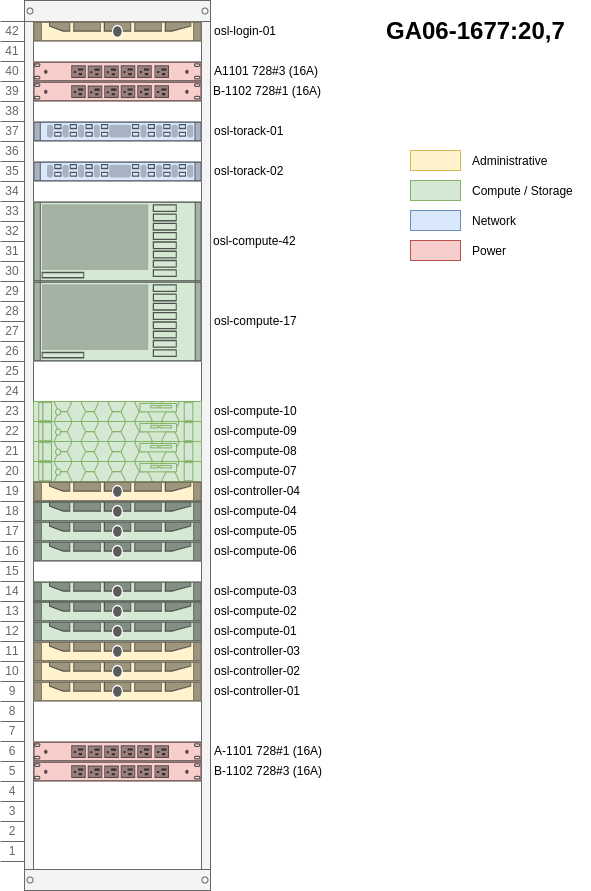
Before: docs/team/development/images/osl-rack-1.png, a diagram exported from draw.io (norcams/iaas). Source tidied: cells renumbered, new cells last; positions are measured from the earlier drawing's top-left corner, leaving out a move shared by most shapes.
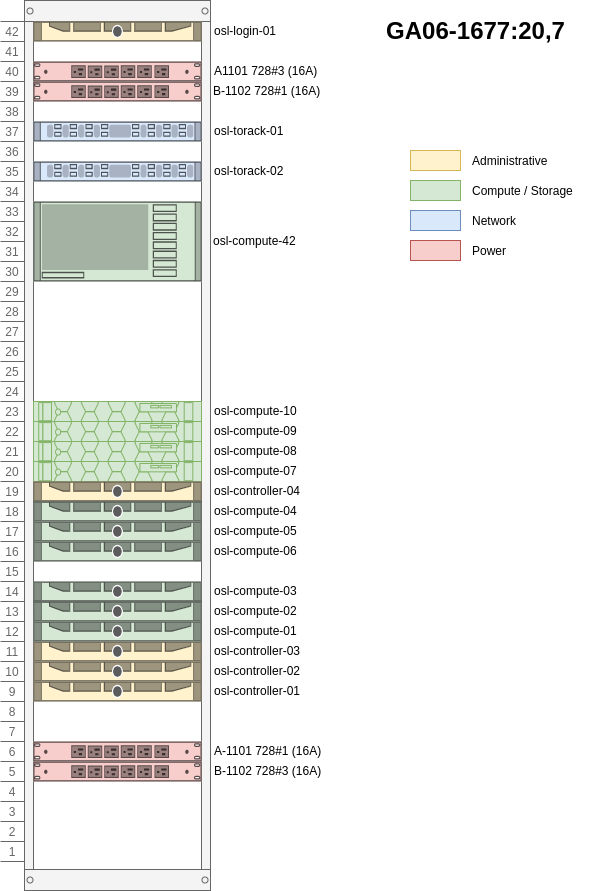
After the commit.

Commit message:
vekk med osl-compute-17

What changed in the source:
```diff
@@ -71,9 +71,6 @@
     <mxCell id="24" style="strokeColor=#82b366;html=1;labelPosition=right;align=left;spacingLeft=15;shadow=0;dashed=0;shape=mxgraph.rack.dell.poweredge_r640;labelBackgroundColor=#DDFF00;fillColor=#d5e8d4;" parent="2" vertex="1">
       <mxGeometry x="33" y="441" width="168" height="20" as="geometry" />
     </mxCell>
-    <mxCell id="25" style="shape=mxgraph.rack.ibm.ibm_x3850_x5;html=1;labelPosition=right;align=left;spacingLeft=15;dashed=0;shadow=0;fillColor=#d5e8d4;labelBackgroundColor=#DDFF00;strokeColor=#82b366;" parent="2" vertex="1">
-      <mxGeometry x="33" y="281" width="168" height="80" as="geometry" />
-    </mxCell>
     <mxCell id="26" value="osl-compute-01" style="text;html=1;strokeColor=none;fillColor=none;align=left;verticalAlign=middle;whiteSpace=wrap;rounded=0;labelBackgroundColor=#ffffff;" parent="1" vertex="1">
       <mxGeometry x="212" y="620" width="100" height="20" as="geometry" />
     </mxCell>
@@ -128,9 +125,6 @@
     <mxCell id="43" value="osl-compute-08" style="text;html=1;strokeColor=none;fillColor=none;align=left;verticalAlign=middle;whiteSpace=wrap;rounded=0;labelBackgroundColor=#ffffff;" parent="1" vertex="1">
       <mxGeometry x="212" y="440" width="100" height="20" as="geometry" />
     </mxCell>
-    <mxCell id="44" value="osl-compute-17" style="text;html=1;strokeColor=none;fillColor=none;align=left;verticalAlign=middle;whiteSpace=wrap;rounded=0;labelBackgroundColor=#ffffff;" parent="1" vertex="1">
-      <mxGeometry x="212" y="310" width="100" height="20" as="geometry" />
-    </mxCell>
     <mxCell id="45" value="osl-compute-42" style="text;html=1;strokeColor=none;fillColor=none;align=left;verticalAlign=middle;whiteSpace=wrap;rounded=0;labelBackgroundColor=#ffffff;" parent="1" vertex="1">
       <mxGeometry x="211" y="230" width="100" height="20" as="geometry" />
     </mxCell>
```
